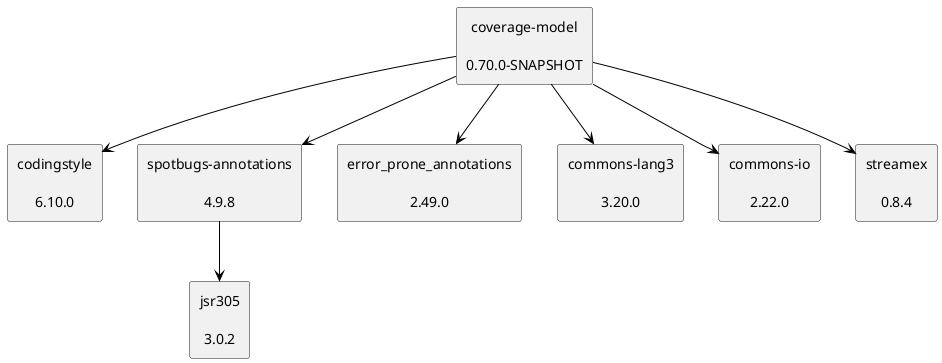
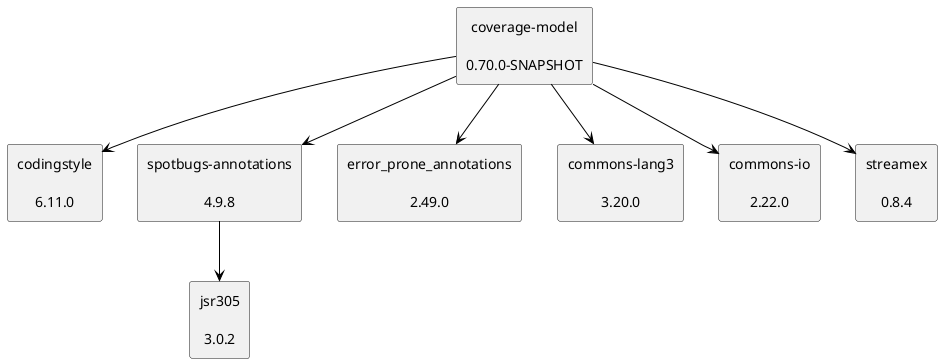
@startuml
skinparam defaultTextAlignment center
skinparam rectangle {
  BackgroundColor<<optional>> beige
  BackgroundColor<<test>> lightGreen
  BackgroundColor<<runtime>> lightBlue
  BackgroundColor<<provided>> lightGray
}
rectangle "coverage-model\n\n0.70.0-SNAPSHOT" as edu_hm_hafner_coverage_model_jar
- rectangle "codingstyle\n\n6.10.0" as edu_hm_hafner_codingstyle_jar
+ rectangle "codingstyle\n\n6.11.0" as edu_hm_hafner_codingstyle_jar
rectangle "spotbugs-annotations\n\n4.9.8" as com_github_spotbugs_spotbugs_annotations_jar
rectangle "jsr305\n\n3.0.2" as com_google_code_findbugs_jsr305_jar
rectangle "error_prone_annotations\n\n2.49.0" as com_google_errorprone_error_prone_annotations_jar
rectangle "commons-lang3\n\n3.20.0" as org_apache_commons_commons_lang3_jar
rectangle "commons-io\n\n2.22.0" as commons_io_commons_io_jar
rectangle "streamex\n\n0.8.4" as one_util_streamex_jar
edu_hm_hafner_coverage_model_jar -[#000000]-> edu_hm_hafner_codingstyle_jar
com_github_spotbugs_spotbugs_annotations_jar -[#000000]-> com_google_code_findbugs_jsr305_jar
edu_hm_hafner_coverage_model_jar -[#000000]-> com_github_spotbugs_spotbugs_annotations_jar
edu_hm_hafner_coverage_model_jar -[#000000]-> com_google_errorprone_error_prone_annotations_jar
edu_hm_hafner_coverage_model_jar -[#000000]-> org_apache_commons_commons_lang3_jar
edu_hm_hafner_coverage_model_jar -[#000000]-> commons_io_commons_io_jar
edu_hm_hafner_coverage_model_jar -[#000000]-> one_util_streamex_jar
@enduml